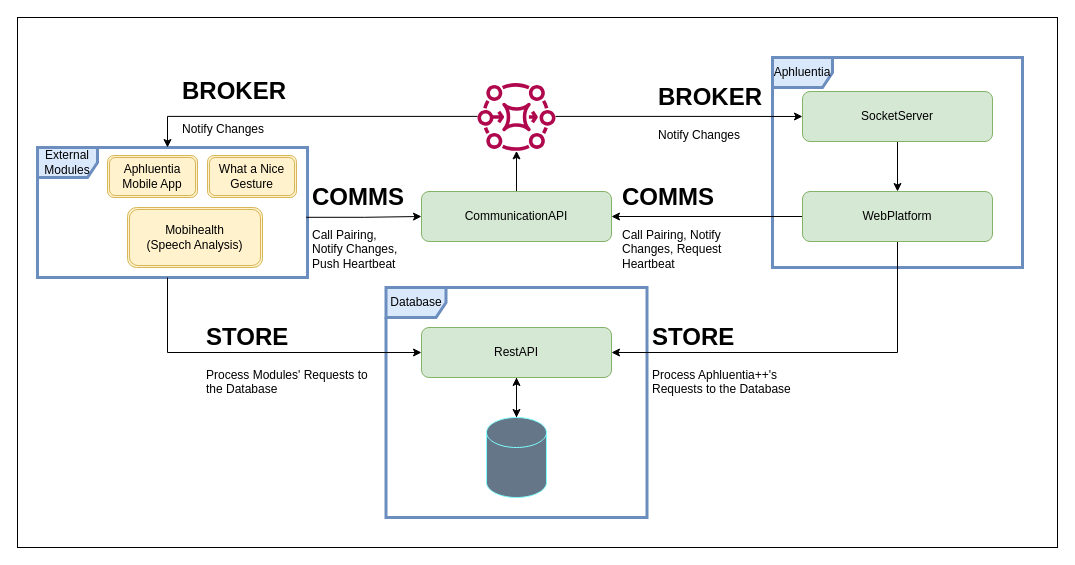
Above: diagrams/arch/arch.drawio in APHLUENTIA/Documentation (draw.io), before the change. Source tidied: cells renumbered, new cells numbered last; positions are measured from the earlier drawing's top-left corner, leaving out a move shared by most shapes. Both pictures are drawn from the tidied source at 100%, with x=0, y=0 at pixel (17, 17).
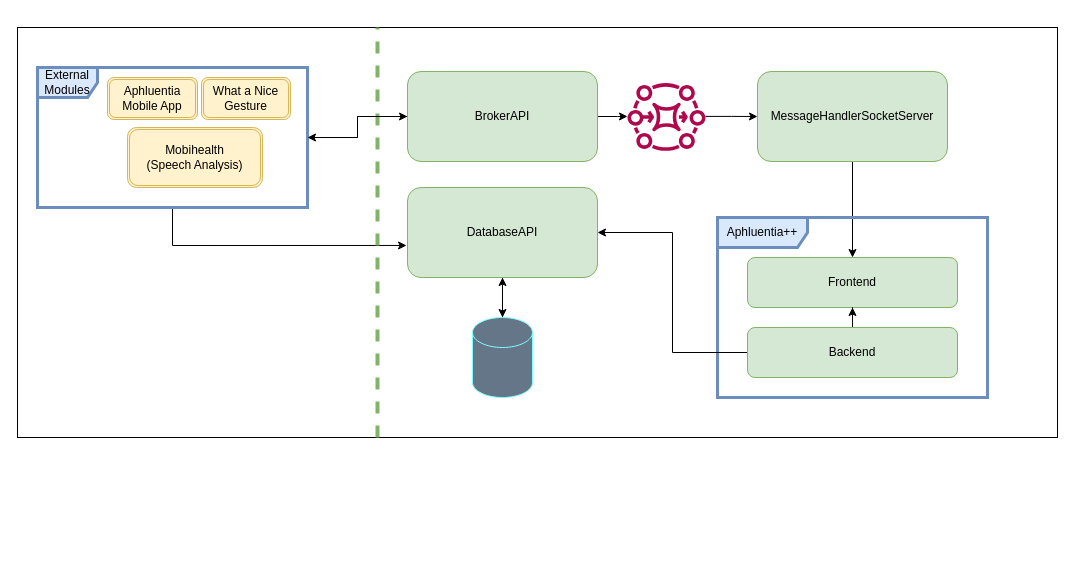
The same diagram, later.

Commit message (it also covers changes not shown here):
Changes Tech Diagram

What changed in the source:
```diff
@@
     <mxCell id="2" style="rounded=0;whiteSpace=wrap;html=1;" parent="1" vertex="1">
-      <mxGeometry width="1040" height="530" as="geometry" />
+      <mxGeometry y="10" width="1040" height="410" as="geometry" />
     </mxCell>
+    <mxCell id="31" style="edgeStyle=orthogonalEdgeStyle;rounded=0;jettySize=auto;html=1;entryX=-0.005;entryY=0.644;entryDx=0;entryDy=0;strokeWidth=1;entryPerimeter=0;" parent="1" edge="1" source="3" target="9">
+      <mxGeometry relative="1" as="geometry">
+        <Array as="points">
+          <mxPoint x="155" y="228" />
+        </Array>
+      </mxGeometry>
+    </mxCell>
+    <mxCell id="32" style="edgeStyle=orthogonalEdgeStyle;rounded=0;jettySize=auto;html=1;entryX=0;entryY=0.5;entryDx=0;entryDy=0;strokeWidth=1;" parent="1" edge="1" source="3" target="37">
+      <mxGeometry relative="1" as="geometry" />
+    </mxCell>
     <mxCell id="3" value="External&lt;br&gt;Modules" style="shape=umlFrame;whiteSpace=wrap;html=1;fillColor=#dae8fc;strokeColor=#6c8ebf;strokeWidth=3;" parent="1" vertex="1">
-      <mxGeometry x="20" y="130" width="270" height="130" as="geometry" />
+      <mxGeometry x="20" y="50" width="270" height="140" as="geometry" />
     </mxCell>
-    <mxCell id="4" value="Aphluentia" style="shape=umlFrame;whiteSpace=wrap;html=1;fillColor=#dae8fc;strokeColor=#6c8ebf;gradientColor=none;swimlaneFillColor=none;strokeWidth=3;" parent="1" vertex="1">
-      <mxGeometry x="755" y="40" width="250" height="210" as="geometry" />
-    </mxCell>
-    <mxCell id="5" value="Database" style="shape=umlFrame;whiteSpace=wrap;html=1;fillColor=#dae8fc;strokeColor=#6c8ebf;strokeWidth=3;" parent="1" vertex="1">
-      <mxGeometry x="368.5" y="270" width="261" height="230" as="geometry" />
-    </mxCell>
@@
     <mxCell id="7" style="shape=cylinder3;whiteSpace=wrap;html=1;boundedLbl=1;backgroundOutline=1;size=15;fillColor=#647687;strokeColor=#80ffff;fontColor=#ffffff;" parent="1" vertex="1">
-      <mxGeometry x="469" y="400" width="60" height="80" as="geometry" />
+      <mxGeometry x="455" y="300" width="60" height="80" as="geometry" />
     </mxCell>
@@
-    <mxCell id="9" value="RestAPI" style="rounded=1;whiteSpace=wrap;html=1;fillColor=#d5e8d4;strokeColor=#82b366;" parent="1" vertex="1">
-      <mxGeometry x="404" y="310" width="190" height="50" as="geometry" />
+    <mxCell id="9" value="&lt;font style=&quot;font-size: 12px;&quot;&gt;DatabaseAPI&lt;br&gt;&lt;/font&gt;" style="rounded=1;whiteSpace=wrap;html=1;fillColor=#d5e8d4;strokeColor=#82b366;" parent="1" vertex="1">
+      <mxGeometry x="390" y="170" width="190" height="90" as="geometry" />
     </mxCell>
-    <mxCell id="10" style="edgeStyle=orthogonalEdgeStyle;rounded=0;jettySize=auto;html=1;entryX=1;entryY=0.5;entryDx=0;entryDy=0;" parent="1" edge="1" source="12" target="9">
-      <mxGeometry relative="1" as="geometry">
-        <Array as="points">
-          <mxPoint x="880" y="335" />
-        </Array>
-      </mxGeometry>
-    </mxCell>
-    <mxCell id="11" style="edgeStyle=orthogonalEdgeStyle;rounded=0;jettySize=auto;html=1;fontSize=15;" parent="1" edge="1" source="12" target="19">
-      <mxGeometry relative="1" as="geometry" />
-    </mxCell>
-    <mxCell id="12" value="WebPlatform" style="rounded=1;whiteSpace=wrap;html=1;fillColor=#d5e8d4;strokeColor=#82b366;" parent="1" vertex="1">
-      <mxGeometry x="785" y="174" width="190" height="50" as="geometry" />
-    </mxCell>
-    <mxCell id="13" style="edgeStyle=orthogonalEdgeStyle;rounded=0;jettySize=auto;html=1;entryX=0;entryY=0.5;entryDx=0;entryDy=0;exitX=0.995;exitY=0.537;exitDx=0;exitDy=0;exitPerimeter=0;" parent="1" edge="1" source="3" target="19">
-      <mxGeometry relative="1" as="geometry" />
-    </mxCell>
-    <mxCell id="14" style="edgeStyle=orthogonalEdgeStyle;rounded=0;jettySize=auto;html=1;entryX=0;entryY=0.5;entryDx=0;entryDy=0;" parent="1" edge="1" target="9">
-      <mxGeometry relative="1" as="geometry">
-        <mxPoint x="150" y="260" as="sourcePoint" />
-        <Array as="points">
-          <mxPoint x="150" y="260" />
-          <mxPoint x="150" y="335" />
-        </Array>
-      </mxGeometry>
-    </mxCell>
-    <mxCell id="15" style="edgeStyle=orthogonalEdgeStyle;rounded=0;jettySize=auto;html=1;entryX=0;entryY=0.5;entryDx=0;entryDy=0;" parent="1" edge="1" source="17" target="21">
-      <mxGeometry relative="1" as="geometry" />
-    </mxCell>
-    <mxCell id="16" style="edgeStyle=orthogonalEdgeStyle;rounded=0;jettySize=auto;html=1;" parent="1" edge="1" source="17">
-      <mxGeometry relative="1" as="geometry">
-        <mxPoint x="150" y="130" as="targetPoint" />
-        <Array as="points">
-          <mxPoint x="150" y="99" />
-        </Array>
-      </mxGeometry>
-    </mxCell>
-    <mxCell id="17" style="sketch=0;outlineConnect=0;fontColor=#232F3E;gradientColor=none;fillColor=#B0084D;strokeColor=none;dashed=0;verticalLabelPosition=bottom;verticalAlign=top;align=center;html=1;fontSize=12;fontStyle=0;shape=mxgraph.aws4.mq_broker;" parent="1" vertex="1">
-      <mxGeometry x="460" y="60" width="78" height="78" as="geometry" />
-    </mxCell>
-    <mxCell id="18" style="edgeStyle=orthogonalEdgeStyle;rounded=0;jettySize=auto;html=1;" parent="1" edge="1" source="19" target="17">
-      <mxGeometry relative="1" as="geometry" />
-    </mxCell>
-    <mxCell id="19" value="CommunicationAPI" style="rounded=1;whiteSpace=wrap;html=1;fillColor=#d5e8d4;strokeColor=#82b366;" parent="1" vertex="1">
-      <mxGeometry x="404" y="174" width="190" height="50" as="geometry" />
-    </mxCell>
-    <mxCell id="20" style="edgeStyle=orthogonalEdgeStyle;rounded=0;jettySize=auto;html=1;" parent="1" edge="1" source="21" target="12">
-      <mxGeometry relative="1" as="geometry" />
-    </mxCell>
+    <mxCell id="33" style="edgeStyle=orthogonalEdgeStyle;rounded=0;jettySize=auto;html=1;entryX=0.5;entryY=0;entryDx=0;entryDy=0;strokeWidth=1;" parent="1" edge="1" source="21" target="39">
+      <mxGeometry relative="1" as="geometry" />
+    </mxCell>
-    <mxCell id="21" value="SocketServer" style="rounded=1;whiteSpace=wrap;html=1;fillColor=#d5e8d4;strokeColor=#82b366;" parent="1" vertex="1">
-      <mxGeometry x="785" y="74" width="190" height="50" as="geometry" />
+    <mxCell id="21" value="MessageHandlerSocketServer" style="rounded=1;whiteSpace=wrap;html=1;fillColor=#d5e8d4;strokeColor=#82b366;" parent="1" vertex="1">
+      <mxGeometry x="740" y="54" width="190" height="90" as="geometry" />
     </mxCell>
-    <mxCell id="22" value="&lt;h1&gt;STORE&lt;/h1&gt;&lt;p&gt;Process Aphluentia++'s Requests to the Database&lt;br&gt;&lt;/p&gt;" style="text;html=1;strokeColor=none;fillColor=none;spacing=5;spacingTop=-20;whiteSpace=wrap;overflow=hidden;rounded=0;" parent="1" vertex="1">
-      <mxGeometry x="629.5" y="300" width="176" height="90" as="geometry" />
-    </mxCell>
-    <mxCell id="23" value="&lt;h1&gt;STORE&lt;/h1&gt;&lt;p&gt;Process Modules' Requests to the Database&lt;br&gt;&lt;/p&gt;" style="text;html=1;strokeColor=none;fillColor=none;spacing=5;spacingTop=-20;whiteSpace=wrap;overflow=hidden;rounded=0;" parent="1" vertex="1">
-      <mxGeometry x="184" y="300" width="176" height="90" as="geometry" />
-    </mxCell>
-    <mxCell id="24" value="&lt;h1&gt;COMMS&lt;/h1&gt;&lt;p&gt;Call Pairing, Notify Changes, Push Heartbeat&lt;/p&gt;" style="text;html=1;strokeColor=none;fillColor=none;spacing=5;spacingTop=-20;whiteSpace=wrap;overflow=hidden;rounded=0;" parent="1" vertex="1">
-      <mxGeometry x="290" y="160" width="100" height="100" as="geometry" />
-    </mxCell>
-    <mxCell id="25" value="&lt;h1&gt;BROKER&lt;span style=&quot;white-space: pre;&quot;&gt;&#9;&lt;/span&gt;&lt;span style=&quot;white-space: pre;&quot;&gt;&#9;&lt;/span&gt;&lt;/h1&gt;&lt;p&gt;Notify Changes&lt;br&gt;&lt;/p&gt;" style="text;html=1;strokeColor=none;fillColor=none;spacing=5;spacingTop=-20;whiteSpace=wrap;overflow=hidden;rounded=0;" parent="1" vertex="1">
-      <mxGeometry x="160" y="54" width="170" height="90" as="geometry" />
-    </mxCell>
-    <mxCell id="26" value="&lt;h1&gt;BROKER&lt;span style=&quot;white-space: pre;&quot;&gt;&#9;&lt;/span&gt;&lt;span style=&quot;white-space: pre;&quot;&gt;&#9;&lt;/span&gt;&lt;/h1&gt;&lt;p&gt;Notify Changes&lt;br&gt;&lt;/p&gt;" style="text;html=1;strokeColor=none;fillColor=none;spacing=5;spacingTop=-20;whiteSpace=wrap;overflow=hidden;rounded=0;" parent="1" vertex="1">
-      <mxGeometry x="635.5" y="60" width="170" height="90" as="geometry" />
-    </mxCell>
-    <mxCell id="27" value="&lt;h1&gt;COMMS&lt;/h1&gt;&lt;p&gt;Call Pairing, Notify Changes, Request Heartbeat&lt;br&gt;&lt;/p&gt;" style="text;html=1;strokeColor=none;fillColor=none;spacing=5;spacingTop=-20;whiteSpace=wrap;overflow=hidden;rounded=0;" parent="1" vertex="1">
-      <mxGeometry x="600" y="160" width="140" height="100" as="geometry" />
-    </mxCell>
     <mxCell id="28" value="Aphluentia&lt;br&gt;Mobile App" style="shape=ext;double=1;rounded=1;whiteSpace=wrap;html=1;fillColor=#fff2cc;strokeColor=#d6b656;" parent="1" vertex="1">
-      <mxGeometry x="90" y="138" width="90" height="42" as="geometry" />
+      <mxGeometry x="90" y="60" width="90" height="42" as="geometry" />
     </mxCell>
     <mxCell id="29" value="What a Nice Gesture" style="shape=ext;double=1;rounded=1;whiteSpace=wrap;html=1;fillColor=#fff2cc;strokeColor=#d6b656;" parent="1" vertex="1">
-      <mxGeometry x="190" y="138" width="89" height="42" as="geometry" />
+      <mxGeometry x="184" y="60" width="89" height="42" as="geometry" />
     </mxCell>
     <mxCell id="30" value="Mobihealth &lt;br&gt;(Speech Analysis)" style="shape=ext;double=1;rounded=1;whiteSpace=wrap;html=1;fillColor=#fff2cc;strokeColor=#d6b656;" parent="1" vertex="1">
-      <mxGeometry x="110" y="190" width="135" height="60" as="geometry" />
+      <mxGeometry x="110" y="110" width="135" height="60" as="geometry" />
     </mxCell>
+    <mxCell id="34" style="endArrow=none;dashed=1;html=1;rounded=0;strokeWidth=4;fillColor=#d5e8d4;strokeColor=#82b366;" parent="1" edge="1">
+      <mxGeometry relative="1" as="geometry">
+        <mxPoint x="360" y="420" as="sourcePoint" />
+        <mxPoint x="360" y="10" as="targetPoint" />
+      </mxGeometry>
+    </mxCell>
+    <mxCell id="35" style="edgeStyle=orthogonalEdgeStyle;rounded=0;jettySize=auto;html=1;strokeWidth=1;" parent="1" edge="1" source="37" target="44">
+      <mxGeometry relative="1" as="geometry" />
+    </mxCell>
+    <mxCell id="36" style="edgeStyle=orthogonalEdgeStyle;rounded=0;jettySize=auto;html=1;entryX=1;entryY=0.5;entryDx=0;entryDy=0;entryPerimeter=0;fontSize=12;strokeWidth=1;" parent="1" edge="1" source="37" target="3">
+      <mxGeometry relative="1" as="geometry" />
+    </mxCell>
+    <mxCell id="37" value="BrokerAPI" style="rounded=1;whiteSpace=wrap;html=1;fillColor=#d5e8d4;strokeColor=#82b366;" parent="1" vertex="1">
+      <mxGeometry x="390" y="54" width="190" height="90" as="geometry" />
+    </mxCell>
+    <mxCell id="38" value="Aphluentia++" style="shape=umlFrame;whiteSpace=wrap;html=1;fillColor=#dae8fc;strokeColor=#6c8ebf;strokeWidth=3;width=90;height=30;" parent="1" vertex="1">
+      <mxGeometry x="700" y="200" width="270" height="180" as="geometry" />
+    </mxCell>
+    <mxCell id="39" value="Frontend" style="rounded=1;whiteSpace=wrap;html=1;fillColor=#d5e8d4;strokeColor=#82b366;" parent="1" vertex="1">
+      <mxGeometry x="730" y="240" width="210" height="50" as="geometry" />
+    </mxCell>
+    <mxCell id="40" style="edgeStyle=orthogonalEdgeStyle;rounded=0;jettySize=auto;html=1;entryX=1;entryY=0.5;entryDx=0;entryDy=0;strokeWidth=1;" parent="1" edge="1" source="42" target="9">
+      <mxGeometry relative="1" as="geometry" />
+    </mxCell>
+    <mxCell id="41" style="edgeStyle=orthogonalEdgeStyle;rounded=0;jettySize=auto;html=1;entryX=0.5;entryY=1;entryDx=0;entryDy=0;strokeWidth=1;" parent="1" edge="1" source="42" target="39">
+      <mxGeometry relative="1" as="geometry" />
+    </mxCell>
+    <mxCell id="42" value="Backend" style="rounded=1;whiteSpace=wrap;html=1;fillColor=#d5e8d4;strokeColor=#82b366;" parent="1" vertex="1">
+      <mxGeometry x="730" y="310" width="210" height="50" as="geometry" />
+    </mxCell>
+    <mxCell id="43" style="edgeStyle=orthogonalEdgeStyle;rounded=0;jettySize=auto;html=1;strokeWidth=1;" parent="1" edge="1" source="44" target="21">
+      <mxGeometry relative="1" as="geometry" />
+    </mxCell>
+    <mxCell id="44" style="sketch=0;outlineConnect=0;fontColor=#232F3E;gradientColor=none;fillColor=#B0084D;strokeColor=none;dashed=0;verticalLabelPosition=bottom;verticalAlign=top;align=center;html=1;fontSize=12;fontStyle=0;shape=mxgraph.aws4.mq_broker;" parent="1" vertex="1">
+      <mxGeometry x="610" y="60" width="78" height="78" as="geometry" />
+    </mxCell>
```
